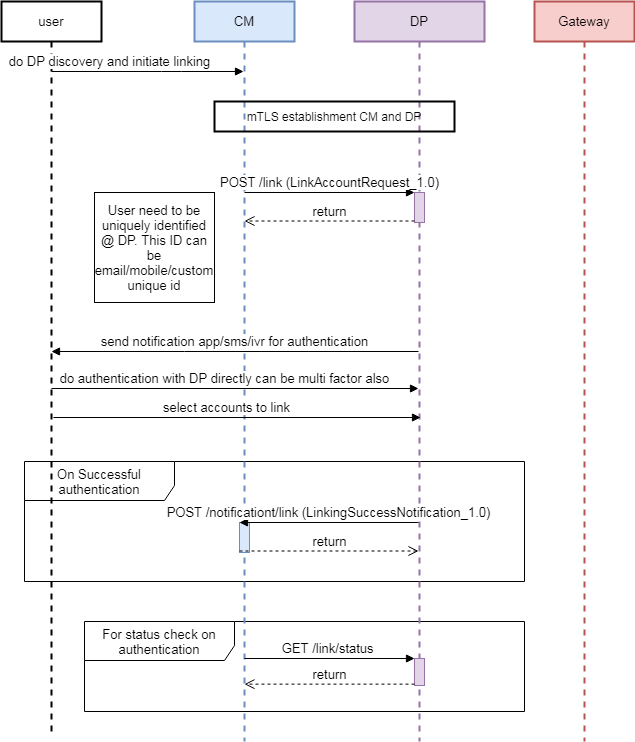
This is seqDiagram/accountLinking-CMSide.png from iSPIRT/DEPA, a draw.io export, as it was before one commit. Source tidied: cells renumbered, new cells last; positions are measured from the earlier drawing's top-left corner, leaving out a move shared by most shapes.
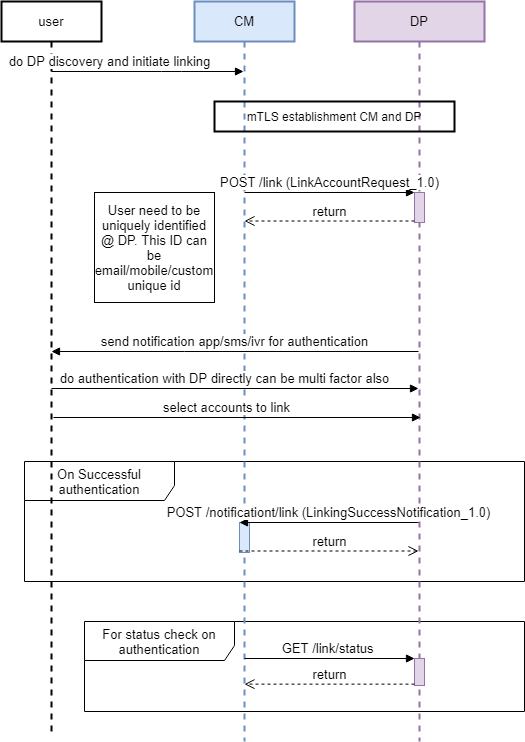
The same file after the commit.

What changed in the source:
```diff
@@ -24,9 +24,6 @@
     <mxCell id="7" value="DP" style="shape=umlLifeline;perimeter=lifelinePerimeter;whiteSpace=wrap;html=1;fillColor=#e1d5e7;strokeColor=#9673a6;strokeWidth=2;fontSize=13;" parent="1" vertex="1">
       <mxGeometry x="353" width="130" height="740" as="geometry" />
     </mxCell>
-    <mxCell id="8" value="Gateway" style="shape=umlLifeline;perimeter=lifelinePerimeter;whiteSpace=wrap;html=1;fillColor=#f8cecc;strokeColor=#b85450;strokeWidth=2;fontSize=13;" parent="1" vertex="1">
-      <mxGeometry x="533" width="100" height="740" as="geometry" />
-    </mxCell>
     <mxCell id="9" value="send notification app/sms/ivr for authentication" style="html=1;verticalAlign=bottom;endArrow=block;rounded=0;fontSize=13;" parent="1" edge="1">
       <mxGeometry relative="1" as="geometry">
         <mxPoint x="417" y="350" as="sourcePoint" />
```
